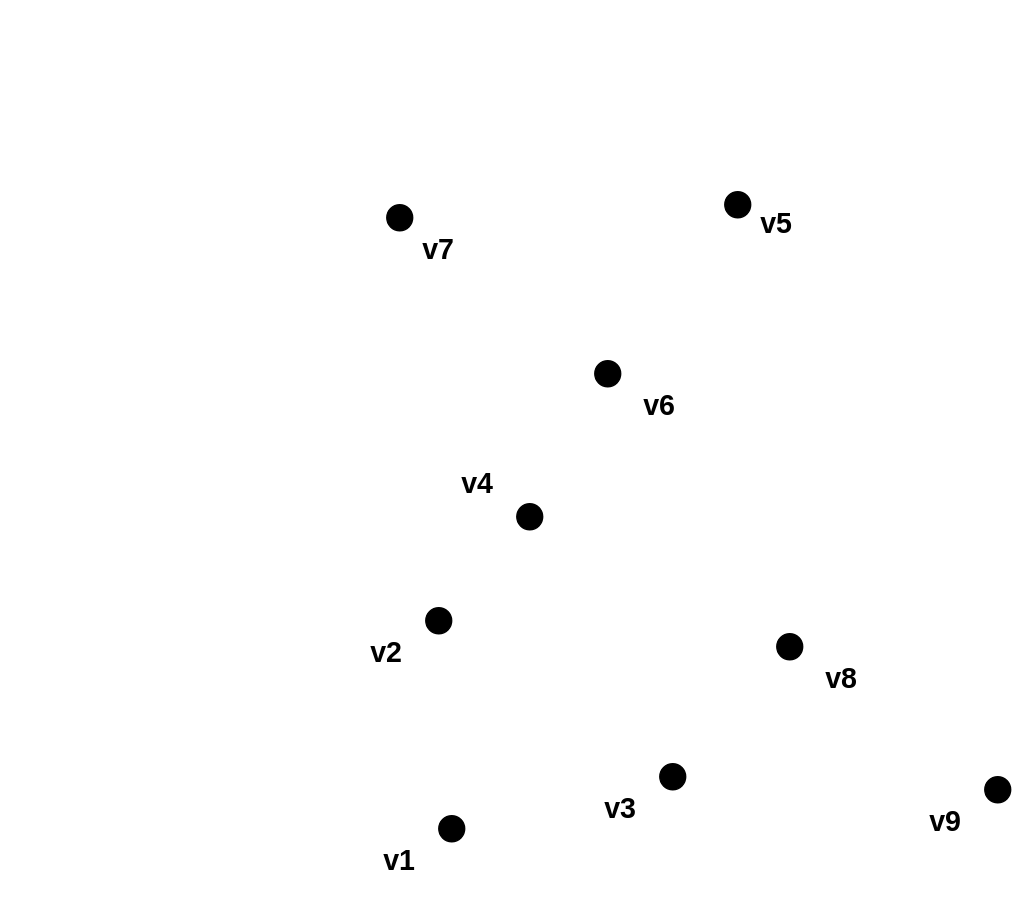
Earlier version of the draw.io diagram hypergraph.drawio (kxzhu0505/LogicSynOpt). Source tidied: cells renumbered, new cells numbered last; positions are measured from the earlier drawing's top-left corner, leaving out a move shared by most shapes. Both pictures are drawn from the tidied source at 130%, with x=0, y=0 at pixel (347, 191).
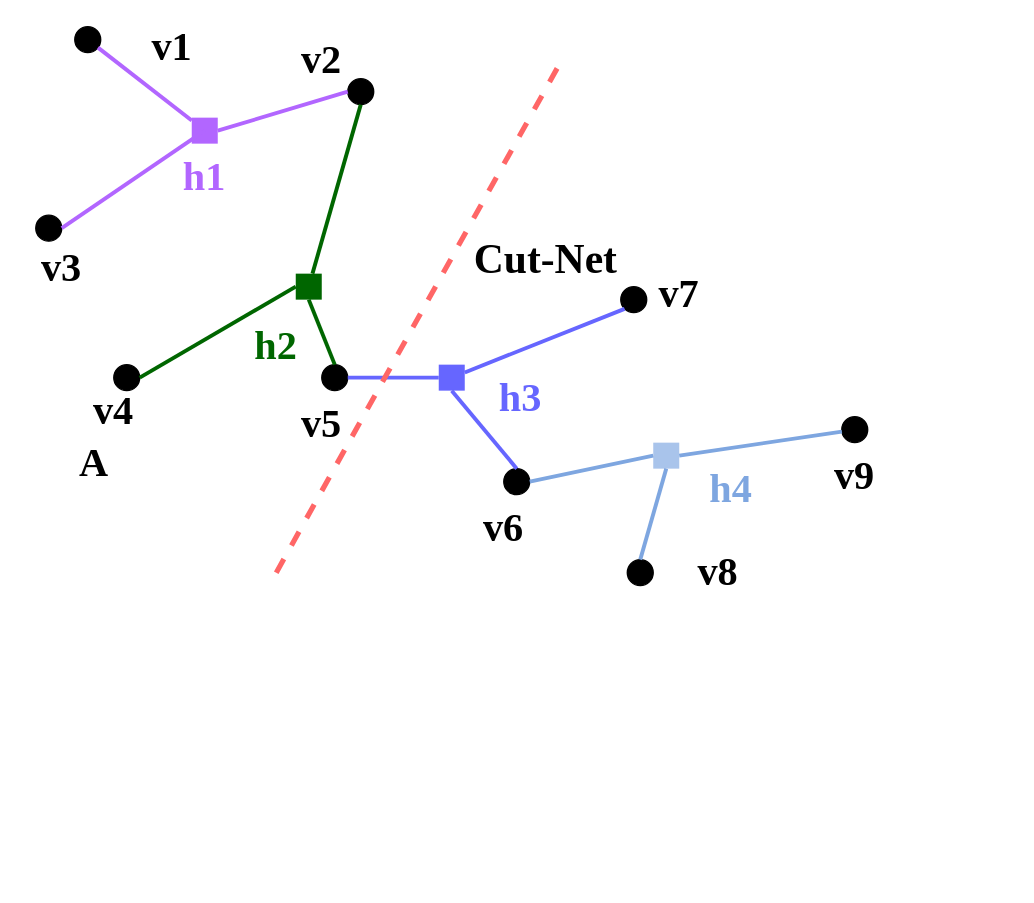
The same diagram, later.

The edit, as a diff of the source:
```diff
@@
-    <mxCell id="2" style="ellipse;whiteSpace=wrap;html=1;fillColor=#000000;" parent="1" vertex="1">
-      <mxGeometry x="30" y="10" width="20" height="20" as="geometry" />
+    <mxCell id="2" style="ellipse;whiteSpace=wrap;html=1;fillColor=#000000;horizontal=1;fontFamily=Times New Roman;fontSize=31;fontStyle=1;" parent="1" vertex="1">
+      <mxGeometry x="215" y="283" width="20" height="20" as="geometry" />
     </mxCell>
-    <mxCell id="3" style="ellipse;whiteSpace=wrap;html=1;fillColor=#000000;" parent="1" vertex="1">
-      <mxGeometry x="190" y="130" width="20" height="20" as="geometry" />
+    <mxCell id="3" style="ellipse;whiteSpace=wrap;html=1;fillColor=#000000;horizontal=1;fontFamily=Times New Roman;fontSize=31;fontStyle=1;" parent="1" vertex="1">
+      <mxGeometry x="120" y="213" width="20" height="20" as="geometry" />
     </mxCell>
-    <mxCell id="4" style="ellipse;whiteSpace=wrap;html=1;fillColor=#000000;" parent="1" vertex="1">
-      <mxGeometry x="290" width="20" height="20" as="geometry" />
+    <mxCell id="4" style="ellipse;whiteSpace=wrap;html=1;fillColor=#000000;horizontal=1;fontFamily=Times New Roman;fontSize=31;fontStyle=1;" parent="1" vertex="1">
+      <mxGeometry x="210" y="73" width="20" height="20" as="geometry" />
     </mxCell>
-    <mxCell id="5" style="ellipse;whiteSpace=wrap;html=1;fillColor=#000000;" parent="1" vertex="1">
-      <mxGeometry x="130" y="240" width="20" height="20" as="geometry" />
+    <mxCell id="5" style="ellipse;whiteSpace=wrap;html=1;fillColor=#000000;horizontal=1;fontFamily=Times New Roman;fontSize=31;fontStyle=1;" parent="1" vertex="1">
+      <mxGeometry x="-20" y="133" width="20" height="20" as="geometry" />
     </mxCell>
-    <mxCell id="6" style="ellipse;whiteSpace=wrap;html=1;fillColor=#000000;" parent="1" vertex="1">
-      <mxGeometry x="60" y="320" width="20" height="20" as="geometry" />
+    <mxCell id="6" style="ellipse;whiteSpace=wrap;html=1;fillColor=#000000;horizontal=1;fontFamily=Times New Roman;fontSize=31;fontStyle=1;" parent="1" vertex="1">
+      <mxGeometry y="-87" width="20" height="20" as="geometry" />
     </mxCell>
-    <mxCell id="7" style="ellipse;whiteSpace=wrap;html=1;fillColor=#000000;" parent="1" vertex="1">
-      <mxGeometry x="70" y="480" width="20" height="20" as="geometry" />
+    <mxCell id="7" style="ellipse;whiteSpace=wrap;html=1;fillColor=#000000;horizontal=1;fontFamily=Times New Roman;fontSize=31;fontStyle=1;" parent="1" vertex="1">
+      <mxGeometry x="-210" y="-127" width="20" height="20" as="geometry" />
     </mxCell>
-    <mxCell id="8" style="ellipse;whiteSpace=wrap;html=1;fillColor=#000000;" parent="1" vertex="1">
-      <mxGeometry x="330" y="340" width="20" height="20" as="geometry" />
+    <mxCell id="8" style="ellipse;whiteSpace=wrap;html=1;fillColor=#000000;horizontal=1;fontFamily=Times New Roman;fontSize=31;fontStyle=1;" parent="1" vertex="1">
+      <mxGeometry x="380" y="173" width="20" height="20" as="geometry" />
     </mxCell>
-    <mxCell id="9" style="ellipse;whiteSpace=wrap;html=1;fillColor=#000000;" parent="1" vertex="1">
-      <mxGeometry x="240" y="440" width="20" height="20" as="geometry" />
+    <mxCell id="9" style="ellipse;whiteSpace=wrap;html=1;fillColor=#000000;horizontal=1;fontFamily=Times New Roman;fontSize=31;fontStyle=1;" parent="1" vertex="1">
+      <mxGeometry x="-180" y="133" width="20" height="20" as="geometry" />
     </mxCell>
-    <mxCell id="10" style="ellipse;whiteSpace=wrap;html=1;fillColor=#000000;" parent="1" vertex="1">
-      <mxGeometry x="490" y="450" width="20" height="20" as="geometry" />
+    <mxCell id="10" style="ellipse;whiteSpace=wrap;html=1;fillColor=#000000;horizontal=1;fontFamily=Times New Roman;fontSize=31;fontStyle=1;" parent="1" vertex="1">
+      <mxGeometry x="-240" y="18" width="20" height="20" as="geometry" />
     </mxCell>
-    <mxCell id="11" value="&lt;b&gt;&lt;font style=&quot;font-size: 22px;&quot;&gt;v7&lt;/font&gt;&lt;/b&gt;" style="text;html=1;align=center;verticalAlign=middle;whiteSpace=wrap;rounded=0;" parent="1" vertex="1">
-      <mxGeometry x="40" y="30" width="60" height="30" as="geometry" />
+    <mxCell id="11" value="&lt;span&gt;&lt;font&gt;v7&lt;/font&gt;&lt;/span&gt;" style="text;html=1;align=center;verticalAlign=middle;whiteSpace=wrap;rounded=0;horizontal=1;fontFamily=Times New Roman;fontSize=31;fontStyle=1;" parent="1" vertex="1">
+      <mxGeometry x="225" y="63" width="60" height="30" as="geometry" />
     </mxCell>
-    <mxCell id="12" value="&lt;b&gt;&lt;font style=&quot;font-size: 22px;&quot;&gt;v5&lt;/font&gt;&lt;/b&gt;" style="text;html=1;align=center;verticalAlign=middle;whiteSpace=wrap;rounded=0;" parent="1" vertex="1">
-      <mxGeometry x="300" y="10" width="60" height="30" as="geometry" />
+    <mxCell id="12" value="&lt;span&gt;&lt;font&gt;v5&lt;/font&gt;&lt;/span&gt;" style="text;html=1;align=center;verticalAlign=middle;whiteSpace=wrap;rounded=0;horizontal=1;fontFamily=Times New Roman;fontSize=31;fontStyle=1;" parent="1" vertex="1">
+      <mxGeometry x="-50" y="163" width="60" height="30" as="geometry" />
     </mxCell>
-    <mxCell id="13" value="&lt;b&gt;&lt;font style=&quot;font-size: 22px;&quot;&gt;v6&lt;/font&gt;&lt;/b&gt;" style="text;html=1;align=center;verticalAlign=middle;whiteSpace=wrap;rounded=0;" parent="1" vertex="1">
-      <mxGeometry x="210" y="150" width="60" height="30" as="geometry" />
+    <mxCell id="13" value="&lt;span&gt;&lt;font&gt;v6&lt;/font&gt;&lt;/span&gt;" style="text;html=1;align=center;verticalAlign=middle;whiteSpace=wrap;rounded=0;horizontal=1;fontFamily=Times New Roman;fontSize=31;fontStyle=1;" parent="1" vertex="1">
+      <mxGeometry x="90" y="243" width="60" height="30" as="geometry" />
     </mxCell>
-    <mxCell id="14" value="&lt;b&gt;&lt;font style=&quot;font-size: 22px;&quot;&gt;v4&lt;/font&gt;&lt;/b&gt;" style="text;html=1;align=center;verticalAlign=middle;whiteSpace=wrap;rounded=0;" parent="1" vertex="1">
-      <mxGeometry x="70" y="210" width="60" height="30" as="geometry" />
+    <mxCell id="14" value="&lt;span&gt;&lt;font&gt;v4&lt;/font&gt;&lt;/span&gt;" style="text;html=1;align=center;verticalAlign=middle;whiteSpace=wrap;rounded=0;horizontal=1;fontFamily=Times New Roman;fontSize=31;fontStyle=1;" parent="1" vertex="1">
+      <mxGeometry x="-210" y="153" width="60" height="30" as="geometry" />
     </mxCell>
-    <mxCell id="15" value="&lt;b&gt;&lt;font style=&quot;font-size: 22px;&quot;&gt;v2&lt;/font&gt;&lt;/b&gt;" style="text;html=1;align=center;verticalAlign=middle;whiteSpace=wrap;rounded=0;" parent="1" vertex="1">
-      <mxGeometry y="340" width="60" height="30" as="geometry" />
+    <mxCell id="15" value="&lt;span&gt;&lt;font&gt;v2&lt;/font&gt;&lt;/span&gt;" style="text;html=1;align=center;verticalAlign=middle;whiteSpace=wrap;rounded=0;horizontal=1;fontFamily=Times New Roman;fontSize=31;fontStyle=1;" parent="1" vertex="1">
+      <mxGeometry x="-50" y="-117" width="60" height="30" as="geometry" />
     </mxCell>
-    <mxCell id="16" value="&lt;b&gt;&lt;font style=&quot;font-size: 22px;&quot;&gt;v1&lt;/font&gt;&lt;/b&gt;" style="text;html=1;align=center;verticalAlign=middle;whiteSpace=wrap;rounded=0;" parent="1" vertex="1">
-      <mxGeometry x="10" y="500" width="60" height="30" as="geometry" />
+    <mxCell id="16" value="&lt;span&gt;&lt;font&gt;v1&lt;/font&gt;&lt;/span&gt;" style="text;html=1;align=center;verticalAlign=middle;whiteSpace=wrap;rounded=0;horizontal=1;fontFamily=Times New Roman;fontSize=31;fontStyle=1;" parent="1" vertex="1">
+      <mxGeometry x="-165" y="-127" width="60" height="30" as="geometry" />
     </mxCell>
-    <mxCell id="17" value="&lt;b&gt;&lt;font style=&quot;font-size: 22px;&quot;&gt;v8&lt;/font&gt;&lt;/b&gt;" style="text;html=1;align=center;verticalAlign=middle;whiteSpace=wrap;rounded=0;" parent="1" vertex="1">
-      <mxGeometry x="350" y="360" width="60" height="30" as="geometry" />
+    <mxCell id="17" value="&lt;span&gt;&lt;font&gt;v8&lt;/font&gt;&lt;/span&gt;" style="text;html=1;align=center;verticalAlign=middle;whiteSpace=wrap;rounded=0;horizontal=1;fontFamily=Times New Roman;fontSize=31;fontStyle=1;" parent="1" vertex="1">
+      <mxGeometry x="255" y="277" width="60" height="30" as="geometry" />
     </mxCell>
-    <mxCell id="18" value="&lt;b&gt;&lt;font style=&quot;font-size: 22px;&quot;&gt;v3&lt;/font&gt;&lt;/b&gt;" style="text;html=1;align=center;verticalAlign=middle;whiteSpace=wrap;rounded=0;" parent="1" vertex="1">
-      <mxGeometry x="180" y="460" width="60" height="30" as="geometry" />
+    <mxCell id="18" value="&lt;span&gt;&lt;font&gt;v3&lt;/font&gt;&lt;/span&gt;" style="text;html=1;align=center;verticalAlign=middle;whiteSpace=wrap;rounded=0;horizontal=1;fontFamily=Times New Roman;fontSize=31;fontStyle=1;" parent="1" vertex="1">
+      <mxGeometry x="-250" y="43" width="60" height="30" as="geometry" />
     </mxCell>
-    <mxCell id="19" value="&lt;b&gt;&lt;font style=&quot;font-size: 22px;&quot;&gt;v9&lt;/font&gt;&lt;/b&gt;" style="text;html=1;align=center;verticalAlign=middle;whiteSpace=wrap;rounded=0;" parent="1" vertex="1">
-      <mxGeometry x="430" y="470" width="60" height="30" as="geometry" />
+    <mxCell id="19" value="&lt;span&gt;&lt;font&gt;v9&lt;/font&gt;&lt;/span&gt;" style="text;html=1;align=center;verticalAlign=middle;whiteSpace=wrap;rounded=0;horizontal=1;fontFamily=Times New Roman;fontSize=31;fontStyle=1;" parent="1" vertex="1">
+      <mxGeometry x="360" y="203" width="60" height="30" as="geometry" />
     </mxCell>
+    <mxCell id="20" style="whiteSpace=wrap;html=1;strokeColor=none;fillColor=#B266FF;horizontal=1;fontFamily=Times New Roman;fontSize=31;fontStyle=1;" parent="1" vertex="1">
+      <mxGeometry x="-120" y="-57" width="20" height="20" as="geometry" />
+    </mxCell>
+    <mxCell id="21" style="endArrow=none;html=1;rounded=0;entryX=1;entryY=0.5;entryDx=0;entryDy=0;strokeWidth=3;strokeColor=light-dark(#b266ff, #ededed);exitX=0;exitY=0.5;exitDx=0;exitDy=0;horizontal=1;fontFamily=Times New Roman;fontSize=31;fontStyle=1;" parent="1" edge="1" source="6" target="20">
+      <mxGeometry relative="1" as="geometry" />
+    </mxCell>
+    <mxCell id="22" style="endArrow=none;html=1;rounded=0;strokeWidth=3;strokeColor=light-dark(#b266ff, #ededed);horizontal=1;fontFamily=Times New Roman;fontSize=31;fontStyle=1;" parent="1" edge="1" source="20" target="7">
+      <mxGeometry relative="1" as="geometry" />
+    </mxCell>
+    <mxCell id="23" style="whiteSpace=wrap;html=1;strokeColor=none;fillColor=#006600;horizontal=1;fontFamily=Times New Roman;fontSize=31;fontStyle=1;" parent="1" vertex="1">
+      <mxGeometry x="-40" y="63" width="20" height="20" as="geometry" />
+    </mxCell>
+    <mxCell id="24" style="endArrow=none;html=1;rounded=0;strokeWidth=3;strokeColor=light-dark(#006600,#EDEDED);horizontal=1;fontFamily=Times New Roman;fontSize=31;fontStyle=1;" parent="1" edge="1" source="23">
+      <mxGeometry relative="1" as="geometry">
+        <mxPoint x="10" y="-67" as="targetPoint" />
+      </mxGeometry>
+    </mxCell>
+    <mxCell id="25" style="endArrow=none;html=1;rounded=0;exitX=0.5;exitY=1;exitDx=0;exitDy=0;entryX=0.5;entryY=0;entryDx=0;entryDy=0;strokeWidth=3;strokeColor=light-dark(#006600,#EDEDED);horizontal=1;fontFamily=Times New Roman;fontSize=31;fontStyle=1;" parent="1" edge="1" source="23" target="5">
+      <mxGeometry relative="1" as="geometry" />
+    </mxCell>
+    <mxCell id="26" style="endArrow=none;html=1;rounded=0;exitX=0;exitY=0.5;exitDx=0;exitDy=0;entryX=1;entryY=0.5;entryDx=0;entryDy=0;strokeWidth=3;strokeColor=light-dark(#006600,#EDEDED);horizontal=1;fontFamily=Times New Roman;fontSize=31;fontStyle=1;" parent="1" edge="1" source="23" target="9">
+      <mxGeometry relative="1" as="geometry" />
+    </mxCell>
+    <mxCell id="27" style="whiteSpace=wrap;html=1;strokeColor=none;fillColor=#6666FF;horizontal=1;fontFamily=Times New Roman;fontSize=31;fontStyle=1;" parent="1" vertex="1">
+      <mxGeometry x="70" y="133" width="20" height="20" as="geometry" />
+    </mxCell>
+    <mxCell id="28" style="endArrow=none;html=1;rounded=0;exitX=0;exitY=0.5;exitDx=0;exitDy=0;entryX=1;entryY=0.5;entryDx=0;entryDy=0;strokeWidth=3;strokeColor=#6666FF;horizontal=1;fontFamily=Times New Roman;fontSize=31;fontStyle=1;" parent="1" edge="1" source="27" target="5">
+      <mxGeometry relative="1" as="geometry" />
+    </mxCell>
+    <mxCell id="29" style="endArrow=none;html=1;rounded=0;exitX=0;exitY=1;exitDx=0;exitDy=0;strokeWidth=3;strokeColor=#6666FF;horizontal=1;fontFamily=Times New Roman;fontSize=31;fontStyle=1;" parent="1" edge="1" source="4" target="27">
+      <mxGeometry relative="1" as="geometry" />
+    </mxCell>
+    <mxCell id="30" style="endArrow=none;html=1;rounded=0;entryX=0.5;entryY=1;entryDx=0;entryDy=0;exitX=0.5;exitY=0;exitDx=0;exitDy=0;strokeWidth=3;strokeColor=#6666FF;horizontal=1;fontFamily=Times New Roman;fontSize=31;fontStyle=1;" parent="1" edge="1" source="3" target="27">
+      <mxGeometry relative="1" as="geometry" />
+    </mxCell>
+    <mxCell id="31" style="whiteSpace=wrap;html=1;strokeColor=none;fillColor=#A9C4EB;horizontal=1;fontFamily=Times New Roman;fontSize=31;fontStyle=1;" parent="1" vertex="1">
+      <mxGeometry x="235" y="193" width="20" height="20" as="geometry" />
+    </mxCell>
+    <mxCell id="32" style="endArrow=none;html=1;rounded=0;entryX=0;entryY=0.5;entryDx=0;entryDy=0;exitX=1;exitY=0.5;exitDx=0;exitDy=0;strokeWidth=3;strokeColor=#7EA6E0;horizontal=1;fontFamily=Times New Roman;fontSize=31;fontStyle=1;" parent="1" edge="1" source="3" target="31">
+      <mxGeometry relative="1" as="geometry" />
+    </mxCell>
+    <mxCell id="33" style="endArrow=none;html=1;rounded=0;entryX=0.5;entryY=0;entryDx=0;entryDy=0;exitX=0.5;exitY=1;exitDx=0;exitDy=0;strokeWidth=3;strokeColor=#7EA6E0;horizontal=1;fontFamily=Times New Roman;fontSize=31;fontStyle=1;" parent="1" edge="1" source="31" target="2">
+      <mxGeometry relative="1" as="geometry" />
+    </mxCell>
+    <mxCell id="34" style="endArrow=none;html=1;rounded=0;entryX=1;entryY=0.5;entryDx=0;entryDy=0;strokeWidth=3;strokeColor=#7EA6E0;horizontal=1;fontFamily=Times New Roman;fontSize=31;fontStyle=1;" parent="1" edge="1" source="8" target="31">
+      <mxGeometry relative="1" as="geometry" />
+    </mxCell>
+    <mxCell id="35" style="endArrow=none;html=1;rounded=0;entryX=1;entryY=0.5;entryDx=0;entryDy=0;strokeWidth=3;strokeColor=light-dark(#b266ff, #ededed);horizontal=1;fontFamily=Times New Roman;fontSize=31;fontStyle=1;" parent="1" edge="1" target="10">
+      <mxGeometry relative="1" as="geometry">
+        <mxPoint x="-110" y="-47" as="sourcePoint" />
+      </mxGeometry>
+    </mxCell>
+    <mxCell id="36" style="endArrow=none;dashed=1;html=1;rounded=0;strokeWidth=4;strokeColor=#FF6666;horizontal=1;fontFamily=Times New Roman;fontSize=31;fontStyle=1;" parent="1" edge="1">
+      <mxGeometry relative="1" as="geometry">
+        <mxPoint x="-55" y="293" as="sourcePoint" />
+        <mxPoint x="165" y="-102" as="targetPoint" />
+      </mxGeometry>
+    </mxCell>
+    <mxCell id="37" value="&lt;span&gt;&lt;font style=&quot;color: rgb(178, 102, 255);&quot;&gt;h1&lt;/font&gt;&lt;/span&gt;" style="text;html=1;align=center;verticalAlign=middle;whiteSpace=wrap;rounded=0;horizontal=1;fontFamily=Times New Roman;fontSize=31;fontStyle=1;" parent="1" vertex="1">
+      <mxGeometry x="-140" y="-27" width="60" height="30" as="geometry" />
+    </mxCell>
+    <mxCell id="38" value="&lt;span&gt;&lt;font style=&quot;color: rgb(0, 102, 0);&quot;&gt;h2&lt;/font&gt;&lt;/span&gt;" style="text;html=1;align=center;verticalAlign=middle;whiteSpace=wrap;rounded=0;horizontal=1;fontFamily=Times New Roman;fontSize=31;fontStyle=1;" parent="1" vertex="1">
+      <mxGeometry x="-85" y="103" width="60" height="30" as="geometry" />
+    </mxCell>
+    <mxCell id="39" value="&lt;span&gt;&lt;font style=&quot;color: rgb(102, 102, 255);&quot;&gt;h3&lt;/font&gt;&lt;/span&gt;" style="text;html=1;align=center;verticalAlign=middle;whiteSpace=wrap;rounded=0;horizontal=1;fontFamily=Times New Roman;fontSize=31;fontStyle=1;" parent="1" vertex="1">
+      <mxGeometry x="102.5" y="143" width="60" height="30" as="geometry" />
+    </mxCell>
+    <mxCell id="40" value="&lt;span&gt;&lt;font style=&quot;color: rgb(126, 166, 224);&quot;&gt;h4&lt;/font&gt;&lt;/span&gt;" style="text;html=1;align=center;verticalAlign=middle;whiteSpace=wrap;rounded=0;horizontal=1;fontFamily=Times New Roman;fontSize=31;fontStyle=1;" parent="1" vertex="1">
+      <mxGeometry x="265" y="213" width="60" height="30" as="geometry" />
+    </mxCell>
+    <mxCell id="41" value="&lt;span&gt;&lt;font&gt;A&lt;/font&gt;&lt;/span&gt;" style="text;html=1;align=center;verticalAlign=middle;whiteSpace=wrap;rounded=0;horizontal=1;fontFamily=Times New Roman;fontSize=31;fontStyle=1;" parent="1" vertex="1">
+      <mxGeometry x="-225" y="193" width="60" height="30" as="geometry" />
+    </mxCell>
+    <mxCell id="42" value="&lt;span&gt;&lt;font style=&quot;font-size: 32px;&quot;&gt;&lt;font&gt;Cut-&lt;/font&gt;&lt;font&gt;Net&lt;/font&gt;&lt;/font&gt;&lt;/span&gt;" style="text;html=1;align=center;verticalAlign=middle;whiteSpace=wrap;rounded=0;horizontal=1;fontFamily=Times New Roman;fontSize=31;fontStyle=1;" parent="1" vertex="1">
+      <mxGeometry x="95" y="37" width="115" height="30" as="geometry" />
+    </mxCell>
```
